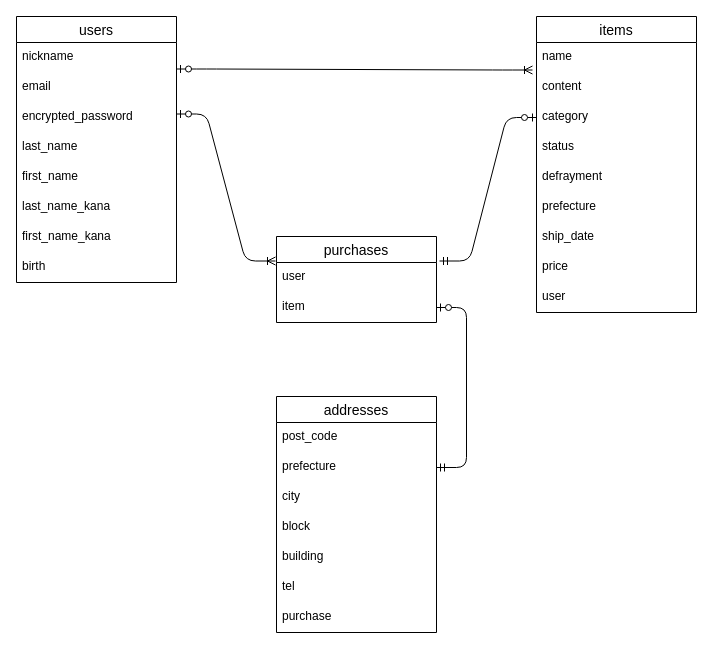
The draw.io diagram ER.dio in emi-i/furima-38082, before the edit. Source tidied: cells renumbered, new cells numbered last; positions are measured from the earlier drawing's top-left corner, leaving out a move shared by most shapes. Both pictures are drawn from the tidied source at 100%, with x=0, y=0 at pixel (16, 16).
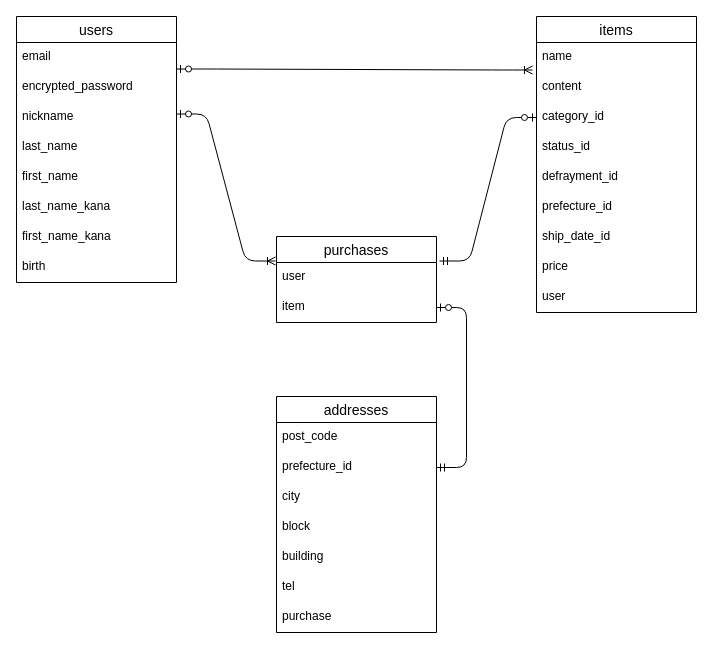
After the change.

Commit message:
データベース設計　修正３

Unchanged cells that the change refers to:
```xml
<mxCell id="6" value="users" style="swimlane;fontStyle=0;horizontal=1;startSize=26;align=center;fontSize=14;" parent="1" vertex="1">
  <mxGeometry width="160" height="266" as="geometry" />
</mxCell>
<mxCell id="15" value="items" style="swimlane;fontStyle=0;horizontal=1;startSize=26;align=center;fontSize=14;" parent="1" vertex="1">
  <mxGeometry x="520" width="160" height="296" as="geometry" />
</mxCell>
<mxCell id="28" value="addresses" style="swimlane;fontStyle=0;horizontal=1;startSize=26;align=center;fontSize=14;" parent="1" vertex="1">
  <mxGeometry x="260" y="380" width="160" height="236" as="geometry" />
</mxCell>
```

Change to the diagram source:
```diff
@@
-    <mxCell id="7" value="nickname&#10;" style="text;strokeColor=none;fillColor=none;spacingLeft=4;spacingRight=4;overflow=hidden;fontSize=12;" parent="6" vertex="1">
-      <mxGeometry y="26" width="160" height="30" as="geometry" />
-    </mxCell>
     <mxCell id="8" value="email  &#10;&#10;" style="text;strokeColor=none;fillColor=none;spacingLeft=4;spacingRight=4;overflow=hidden;fontSize=12;" parent="6" vertex="1">
-      <mxGeometry y="56" width="160" height="30" as="geometry" />
+      <mxGeometry y="26" width="160" height="30" as="geometry" />
     </mxCell>
     <mxCell id="9" value="encrypted_password" style="text;strokeColor=none;fillColor=none;spacingLeft=4;spacingRight=4;overflow=hidden;fontSize=12;" parent="6" vertex="1">
-      <mxGeometry y="86" width="160" height="30" as="geometry" />
+      <mxGeometry y="56" width="160" height="30" as="geometry" />
     </mxCell>
+    <mxCell id="7" value="nickname&#10;" style="text;strokeColor=none;fillColor=none;spacingLeft=4;spacingRight=4;overflow=hidden;fontSize=12;" parent="6" vertex="1">
+      <mxGeometry y="86" width="160" height="30" as="geometry" />
+    </mxCell>
@@
-    <mxCell id="18" value="category" style="text;strokeColor=none;fillColor=none;spacingLeft=4;spacingRight=4;overflow=hidden;points=[[0,0.5],[1,0.5]];portConstraint=eastwest;fontSize=12;" parent="15" vertex="1">
+    <mxCell id="18" value="category_id" style="text;strokeColor=none;fillColor=none;spacingLeft=4;spacingRight=4;overflow=hidden;points=[[0,0.5],[1,0.5]];portConstraint=eastwest;fontSize=12;" parent="15" vertex="1">
       <mxGeometry y="86" width="160" height="30" as="geometry" />
     </mxCell>
-    <mxCell id="19" value="status" style="text;strokeColor=none;fillColor=none;spacingLeft=4;spacingRight=4;overflow=hidden;fontSize=12;" parent="15" vertex="1">
+    <mxCell id="19" value="status_id&#10;" style="text;strokeColor=none;fillColor=none;spacingLeft=4;spacingRight=4;overflow=hidden;fontSize=12;" parent="15" vertex="1">
       <mxGeometry y="116" width="160" height="30" as="geometry" />
     </mxCell>
-    <mxCell id="20" value="defrayment" style="text;strokeColor=none;fillColor=none;spacingLeft=4;spacingRight=4;overflow=hidden;fontSize=12;" parent="15" vertex="1">
+    <mxCell id="20" value="defrayment_id" style="text;strokeColor=none;fillColor=none;spacingLeft=4;spacingRight=4;overflow=hidden;fontSize=12;" parent="15" vertex="1">
       <mxGeometry y="146" width="160" height="30" as="geometry" />
     </mxCell>
-    <mxCell id="21" value="prefecture" style="text;strokeColor=none;fillColor=none;spacingLeft=4;spacingRight=4;overflow=hidden;fontSize=12;" parent="15" vertex="1">
+    <mxCell id="21" value="prefecture_id" style="text;strokeColor=none;fillColor=none;spacingLeft=4;spacingRight=4;overflow=hidden;fontSize=12;" parent="15" vertex="1">
       <mxGeometry y="176" width="160" height="30" as="geometry" />
     </mxCell>
-    <mxCell id="22" value="ship_date" style="text;strokeColor=none;fillColor=none;spacingLeft=4;spacingRight=4;overflow=hidden;fontSize=12;" parent="15" vertex="1">
+    <mxCell id="22" value="ship_date_id" style="text;strokeColor=none;fillColor=none;spacingLeft=4;spacingRight=4;overflow=hidden;fontSize=12;" parent="15" vertex="1">
       <mxGeometry y="206" width="160" height="30" as="geometry" />
     </mxCell>
@@
-    <mxCell id="30" value="prefecture" style="text;strokeColor=none;fillColor=none;spacingLeft=4;spacingRight=4;overflow=hidden;points=[[0,0.5],[1,0.5]];portConstraint=eastwest;fontSize=12;" parent="28" vertex="1">
+    <mxCell id="30" value="prefecture_id" style="text;strokeColor=none;fillColor=none;spacingLeft=4;spacingRight=4;overflow=hidden;points=[[0,0.5],[1,0.5]];portConstraint=eastwest;fontSize=12;" parent="28" vertex="1">
       <mxGeometry y="56" width="160" height="30" as="geometry" />
     </mxCell>
```
